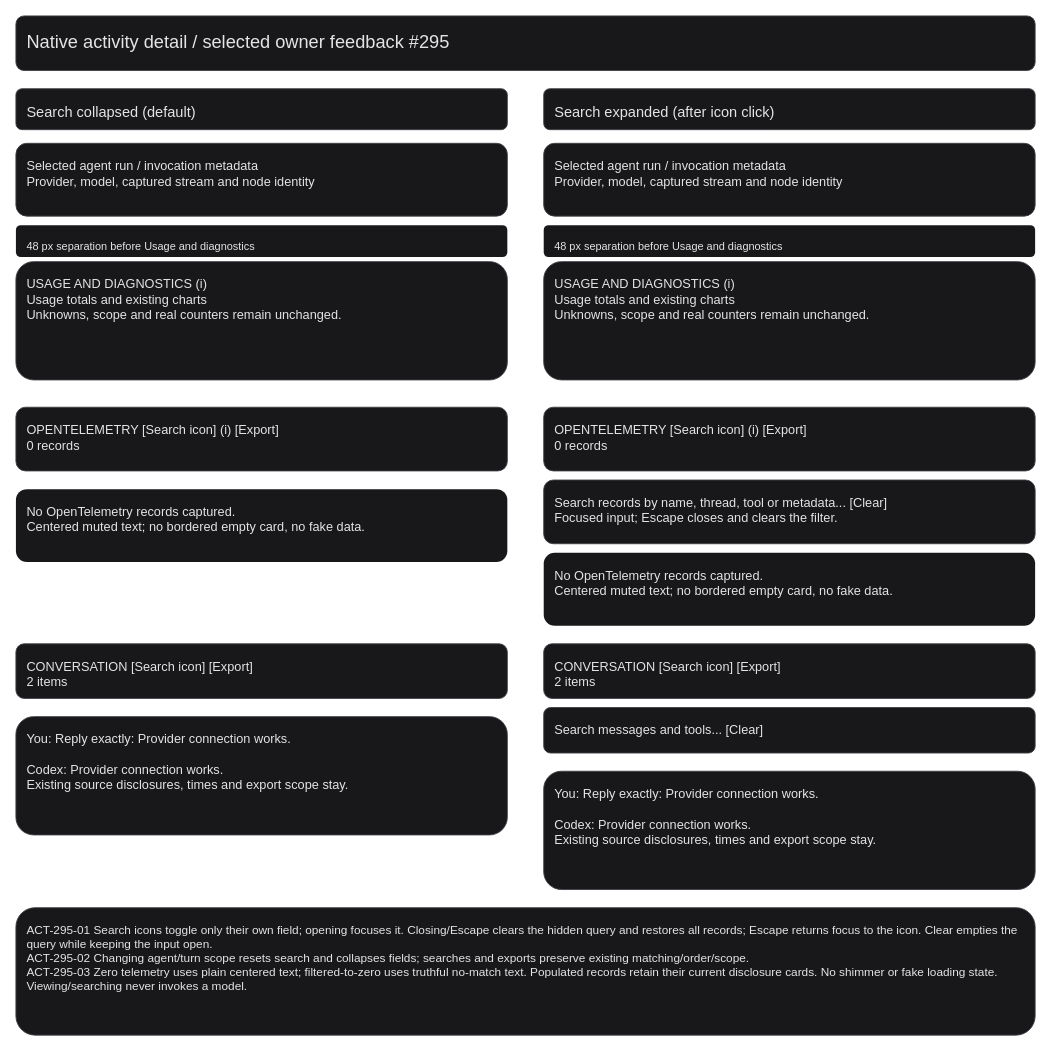
Before: page "Activity detail controls - feedback 295" (2 of 3) of projects/laomedo/subsystems/run-traces/design/agent-activity.drawio in amadou-6e/specs, a draw.io diagram. Source tidied: cells renumbered, new cells numbered last; positions are measured from the earlier drawing's top-left corner, leaving out a move shared by most shapes. Both pictures are drawn from the tidied source at 91%, with x=0, y=0 at pixel (15, 15).
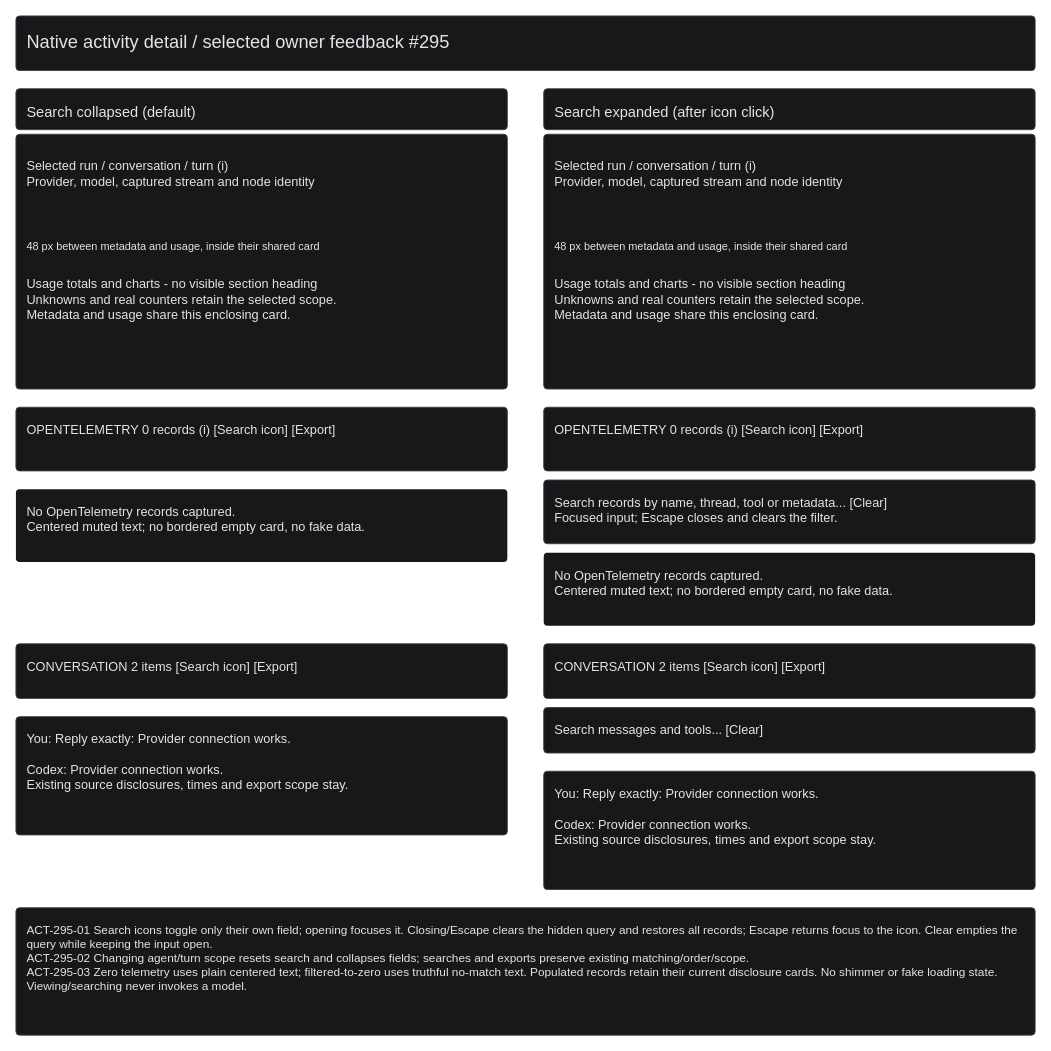
After the change.

Commit message (it also covers changes not shown here):
docs: align activity hierarchy design with accepted interface

What changed in the source:
```diff
@@
+    <mxCell id="22" style="rounded=1;whiteSpace=wrap;html=0;fillColor=#18181b;strokeColor=#3f3f46;absoluteArcSize=1;arcSize=8;" parent="1" vertex="1">
+      <mxGeometry x="580" y="130" width="540" height="280" as="geometry" />
+    </mxCell>
+    <mxCell id="23" style="rounded=1;whiteSpace=wrap;html=0;fillColor=#18181b;strokeColor=#3f3f46;absoluteArcSize=1;arcSize=8;" parent="1" vertex="1">
+      <mxGeometry y="130" width="540" height="280" as="geometry" />
+    </mxCell>
-    <mxCell id="2" value="Native activity detail / selected owner feedback #295" style="rounded=1;whiteSpace=wrap;html=0;align=left;verticalAlign=top;spacing=12;fillColor=#18181b;strokeColor=#3f3f46;fontColor=#e4e4e7;fontSize=20;fontFamily=Arial;" parent="1" vertex="1">
+    <mxCell id="2" value="Native activity detail / selected owner feedback #295" style="rounded=1;whiteSpace=wrap;html=0;align=left;verticalAlign=top;spacing=12;fillColor=#18181b;strokeColor=#3f3f46;fontColor=#e4e4e7;fontSize=20;fontFamily=Arial;absoluteArcSize=1;arcSize=8;" parent="1" vertex="1">
       <mxGeometry width="1120" height="60" as="geometry" />
     </mxCell>
-    <mxCell id="3" value="Search collapsed (default)" style="rounded=1;whiteSpace=wrap;html=0;align=left;verticalAlign=top;spacing=12;fillColor=#18181b;strokeColor=#3f3f46;fontColor=#e4e4e7;fontSize=16;fontFamily=Arial;" parent="1" vertex="1">
+    <mxCell id="3" value="Search collapsed (default)" style="rounded=1;whiteSpace=wrap;html=0;align=left;verticalAlign=top;spacing=12;fillColor=#18181b;strokeColor=#3f3f46;fontColor=#e4e4e7;fontSize=16;fontFamily=Arial;absoluteArcSize=1;arcSize=8;" parent="1" vertex="1">
       <mxGeometry y="80" width="540" height="45" as="geometry" />
     </mxCell>
-    <mxCell id="4" value="Selected agent run / invocation metadata&#10;Provider, model, captured stream and node identity" style="rounded=1;whiteSpace=wrap;html=0;align=left;verticalAlign=top;spacing=12;fillColor=#18181b;strokeColor=#3f3f46;fontColor=#e4e4e7;fontSize=14;fontFamily=Arial;" parent="1" vertex="1">
+    <mxCell id="4" value="Selected run / conversation / turn (i)&#10;Provider, model, captured stream and node identity" style="rounded=1;whiteSpace=wrap;html=0;align=left;verticalAlign=top;spacing=12;fillColor=none;strokeColor=none;fontColor=#e4e4e7;fontSize=14;fontFamily=Arial;absoluteArcSize=1;arcSize=8;" parent="1" vertex="1">
       <mxGeometry y="140" width="540" height="80" as="geometry" />
     </mxCell>
-    <mxCell id="5" value="48 px separation before Usage and diagnostics" style="rounded=1;whiteSpace=wrap;html=0;align=left;verticalAlign=top;spacing=12;fillColor=#18181b;strokeColor=none;fontColor=#e4e4e7;fontSize=12;fontFamily=Arial;" parent="1" vertex="1">
+    <mxCell id="5" value="48 px between metadata and usage, inside their shared card" style="rounded=1;whiteSpace=wrap;html=0;align=left;verticalAlign=top;spacing=12;fillColor=none;strokeColor=none;fontColor=#e4e4e7;fontSize=12;fontFamily=Arial;absoluteArcSize=1;arcSize=8;" parent="1" vertex="1">
       <mxGeometry y="230" width="540" height="35" as="geometry" />
     </mxCell>
-    <mxCell id="6" value="USAGE AND DIAGNOSTICS    (i)&#10;Usage totals and existing charts&#10;Unknowns, scope and real counters remain unchanged." style="rounded=1;whiteSpace=wrap;html=0;align=left;verticalAlign=top;spacing=12;fillColor=#18181b;strokeColor=#3f3f46;fontColor=#e4e4e7;fontSize=14;fontFamily=Arial;" parent="1" vertex="1">
+    <mxCell id="6" value="Usage totals and charts - no visible section heading&#10;Unknowns and real counters retain the selected scope.&#10;Metadata and usage share this enclosing card." style="rounded=1;whiteSpace=wrap;html=0;align=left;verticalAlign=top;spacing=12;fillColor=none;strokeColor=none;fontColor=#e4e4e7;fontSize=14;fontFamily=Arial;absoluteArcSize=1;arcSize=8;" parent="1" vertex="1">
       <mxGeometry y="270" width="540" height="130" as="geometry" />
     </mxCell>
-    <mxCell id="7" value="OPENTELEMETRY     [Search icon]  (i)  [Export]&#10;0 records" style="rounded=1;whiteSpace=wrap;html=0;align=left;verticalAlign=top;spacing=12;fillColor=#18181b;strokeColor=#3f3f46;fontColor=#e4e4e7;fontSize=14;fontFamily=Arial;" parent="1" vertex="1">
+    <mxCell id="7" value="OPENTELEMETRY    0 records    (i) [Search icon] [Export]" style="rounded=1;whiteSpace=wrap;html=0;align=left;verticalAlign=top;spacing=12;fillColor=#18181b;strokeColor=#3f3f46;fontColor=#e4e4e7;fontSize=14;fontFamily=Arial;absoluteArcSize=1;arcSize=8;" parent="1" vertex="1">
       <mxGeometry y="430" width="540" height="70" as="geometry" />
     </mxCell>
-    <mxCell id="8" value="No OpenTelemetry records captured.&#10;Centered muted text; no bordered empty card, no fake data." style="rounded=1;whiteSpace=wrap;html=0;align=left;verticalAlign=top;spacing=12;fillColor=#18181b;strokeColor=none;fontColor=#e4e4e7;fontSize=14;fontFamily=Arial;" parent="1" vertex="1">
+    <mxCell id="8" value="No OpenTelemetry records captured.&#10;Centered muted text; no bordered empty card, no fake data." style="rounded=1;whiteSpace=wrap;html=0;align=left;verticalAlign=top;spacing=12;fillColor=#18181b;strokeColor=none;fontColor=#e4e4e7;fontSize=14;fontFamily=Arial;absoluteArcSize=1;arcSize=8;" parent="1" vertex="1">
       <mxGeometry y="520" width="540" height="80" as="geometry" />
     </mxCell>
-    <mxCell id="9" value="CONVERSATION     [Search icon]  [Export]&#10;2 items" style="rounded=1;whiteSpace=wrap;html=0;align=left;verticalAlign=top;spacing=12;fillColor=#18181b;strokeColor=#3f3f46;fontColor=#e4e4e7;fontSize=14;fontFamily=Arial;" parent="1" vertex="1">
+    <mxCell id="9" value="CONVERSATION    2 items    [Search icon] [Export]" style="rounded=1;whiteSpace=wrap;html=0;align=left;verticalAlign=top;spacing=12;fillColor=#18181b;strokeColor=#3f3f46;fontColor=#e4e4e7;fontSize=14;fontFamily=Arial;absoluteArcSize=1;arcSize=8;" parent="1" vertex="1">
       <mxGeometry y="690" width="540" height="60" as="geometry" />
     </mxCell>
-    <mxCell id="10" value="You: Reply exactly: Provider connection works.&#10;&#10;Codex: Provider connection works.&#10;Existing source disclosures, times and export scope stay." style="rounded=1;whiteSpace=wrap;html=0;align=left;verticalAlign=top;spacing=12;fillColor=#18181b;strokeColor=#3f3f46;fontColor=#e4e4e7;fontSize=14;fontFamily=Arial;" parent="1" vertex="1">
+    <mxCell id="10" value="You: Reply exactly: Provider connection works.&#10;&#10;Codex: Provider connection works.&#10;Existing source disclosures, times and export scope stay." style="rounded=1;whiteSpace=wrap;html=0;align=left;verticalAlign=top;spacing=12;fillColor=#18181b;strokeColor=#3f3f46;fontColor=#e4e4e7;fontSize=14;fontFamily=Arial;absoluteArcSize=1;arcSize=8;" parent="1" vertex="1">
       <mxGeometry y="770" width="540" height="130" as="geometry" />
     </mxCell>
-    <mxCell id="11" value="Search expanded (after icon click)" style="rounded=1;whiteSpace=wrap;html=0;align=left;verticalAlign=top;spacing=12;fillColor=#18181b;strokeColor=#3f3f46;fontColor=#e4e4e7;fontSize=16;fontFamily=Arial;" parent="1" vertex="1">
+    <mxCell id="11" value="Search expanded (after icon click)" style="rounded=1;whiteSpace=wrap;html=0;align=left;verticalAlign=top;spacing=12;fillColor=#18181b;strokeColor=#3f3f46;fontColor=#e4e4e7;fontSize=16;fontFamily=Arial;absoluteArcSize=1;arcSize=8;" parent="1" vertex="1">
       <mxGeometry x="580" y="80" width="540" height="45" as="geometry" />
     </mxCell>
-    <mxCell id="12" value="Selected agent run / invocation metadata&#10;Provider, model, captured stream and node identity" style="rounded=1;whiteSpace=wrap;html=0;align=left;verticalAlign=top;spacing=12;fillColor=#18181b;strokeColor=#3f3f46;fontColor=#e4e4e7;fontSize=14;fontFamily=Arial;" parent="1" vertex="1">
+    <mxCell id="12" value="Selected run / conversation / turn (i)&#10;Provider, model, captured stream and node identity" style="rounded=1;whiteSpace=wrap;html=0;align=left;verticalAlign=top;spacing=12;fillColor=none;strokeColor=none;fontColor=#e4e4e7;fontSize=14;fontFamily=Arial;absoluteArcSize=1;arcSize=8;" parent="1" vertex="1">
       <mxGeometry x="580" y="140" width="540" height="80" as="geometry" />
     </mxCell>
-    <mxCell id="13" value="48 px separation before Usage and diagnostics" style="rounded=1;whiteSpace=wrap;html=0;align=left;verticalAlign=top;spacing=12;fillColor=#18181b;strokeColor=none;fontColor=#e4e4e7;fontSize=12;fontFamily=Arial;" parent="1" vertex="1">
+    <mxCell id="13" value="48 px between metadata and usage, inside their shared card" style="rounded=1;whiteSpace=wrap;html=0;align=left;verticalAlign=top;spacing=12;fillColor=none;strokeColor=none;fontColor=#e4e4e7;fontSize=12;fontFamily=Arial;absoluteArcSize=1;arcSize=8;" parent="1" vertex="1">
       <mxGeometry x="580" y="230" width="540" height="35" as="geometry" />
     </mxCell>
-    <mxCell id="14" value="USAGE AND DIAGNOSTICS    (i)&#10;Usage totals and existing charts&#10;Unknowns, scope and real counters remain unchanged." style="rounded=1;whiteSpace=wrap;html=0;align=left;verticalAlign=top;spacing=12;fillColor=#18181b;strokeColor=#3f3f46;fontColor=#e4e4e7;fontSize=14;fontFamily=Arial;" parent="1" vertex="1">
+    <mxCell id="14" value="Usage totals and charts - no visible section heading&#10;Unknowns and real counters retain the selected scope.&#10;Metadata and usage share this enclosing card." style="rounded=1;whiteSpace=wrap;html=0;align=left;verticalAlign=top;spacing=12;fillColor=none;strokeColor=none;fontColor=#e4e4e7;fontSize=14;fontFamily=Arial;absoluteArcSize=1;arcSize=8;" parent="1" vertex="1">
       <mxGeometry x="580" y="270" width="540" height="130" as="geometry" />
     </mxCell>
-    <mxCell id="15" value="OPENTELEMETRY     [Search icon]  (i)  [Export]&#10;0 records" style="rounded=1;whiteSpace=wrap;html=0;align=left;verticalAlign=top;spacing=12;fillColor=#18181b;strokeColor=#3f3f46;fontColor=#e4e4e7;fontSize=14;fontFamily=Arial;" parent="1" vertex="1">
+    <mxCell id="15" value="OPENTELEMETRY    0 records    (i) [Search icon] [Export]" style="rounded=1;whiteSpace=wrap;html=0;align=left;verticalAlign=top;spacing=12;fillColor=#18181b;strokeColor=#3f3f46;fontColor=#e4e4e7;fontSize=14;fontFamily=Arial;absoluteArcSize=1;arcSize=8;" parent="1" vertex="1">
       <mxGeometry x="580" y="430" width="540" height="70" as="geometry" />
     </mxCell>
-    <mxCell id="16" value="Search records by name, thread, tool or metadata... [Clear]&#10;Focused input; Escape closes and clears the filter." style="rounded=1;whiteSpace=wrap;html=0;align=left;verticalAlign=top;spacing=12;fillColor=#18181b;strokeColor=#3f3f46;fontColor=#e4e4e7;fontSize=14;fontFamily=Arial;" parent="1" vertex="1">
+    <mxCell id="16" value="Search records by name, thread, tool or metadata... [Clear]&#10;Focused input; Escape closes and clears the filter." style="rounded=1;whiteSpace=wrap;html=0;align=left;verticalAlign=top;spacing=12;fillColor=#18181b;strokeColor=#3f3f46;fontColor=#e4e4e7;fontSize=14;fontFamily=Arial;absoluteArcSize=1;arcSize=8;" parent="1" vertex="1">
       <mxGeometry x="580" y="510" width="540" height="70" as="geometry" />
     </mxCell>
-    <mxCell id="17" value="No OpenTelemetry records captured.&#10;Centered muted text; no bordered empty card, no fake data." style="rounded=1;whiteSpace=wrap;html=0;align=left;verticalAlign=top;spacing=12;fillColor=#18181b;strokeColor=none;fontColor=#e4e4e7;fontSize=14;fontFamily=Arial;" parent="1" vertex="1">
+    <mxCell id="17" value="No OpenTelemetry records captured.&#10;Centered muted text; no bordered empty card, no fake data." style="rounded=1;whiteSpace=wrap;html=0;align=left;verticalAlign=top;spacing=12;fillColor=#18181b;strokeColor=none;fontColor=#e4e4e7;fontSize=14;fontFamily=Arial;absoluteArcSize=1;arcSize=8;" parent="1" vertex="1">
       <mxGeometry x="580" y="590" width="540" height="80" as="geometry" />
     </mxCell>
-    <mxCell id="18" value="CONVERSATION     [Search icon]  [Export]&#10;2 items" style="rounded=1;whiteSpace=wrap;html=0;align=left;verticalAlign=top;spacing=12;fillColor=#18181b;strokeColor=#3f3f46;fontColor=#e4e4e7;fontSize=14;fontFamily=Arial;" parent="1" vertex="1">
+    <mxCell id="18" value="CONVERSATION    2 items    [Search icon] [Export]" style="rounded=1;whiteSpace=wrap;html=0;align=left;verticalAlign=top;spacing=12;fillColor=#18181b;strokeColor=#3f3f46;fontColor=#e4e4e7;fontSize=14;fontFamily=Arial;absoluteArcSize=1;arcSize=8;" parent="1" vertex="1">
       <mxGeometry x="580" y="690" width="540" height="60" as="geometry" />
     </mxCell>
-    <mxCell id="19" value="Search messages and tools... [Clear]" style="rounded=1;whiteSpace=wrap;html=0;align=left;verticalAlign=top;spacing=12;fillColor=#18181b;strokeColor=#3f3f46;fontColor=#e4e4e7;fontSize=14;fontFamily=Arial;" parent="1" vertex="1">
+    <mxCell id="19" value="Search messages and tools... [Clear]" style="rounded=1;whiteSpace=wrap;html=0;align=left;verticalAlign=top;spacing=12;fillColor=#18181b;strokeColor=#3f3f46;fontColor=#e4e4e7;fontSize=14;fontFamily=Arial;absoluteArcSize=1;arcSize=8;" parent="1" vertex="1">
       <mxGeometry x="580" y="760" width="540" height="50" as="geometry" />
     </mxCell>
-    <mxCell id="20" value="You: Reply exactly: Provider connection works.&#10;&#10;Codex: Provider connection works.&#10;Existing source disclosures, times and export scope stay." style="rounded=1;whiteSpace=wrap;html=0;align=left;verticalAlign=top;spacing=12;fillColor=#18181b;strokeColor=#3f3f46;fontColor=#e4e4e7;fontSize=14;fontFamily=Arial;" parent="1" vertex="1">
+    <mxCell id="20" value="You: Reply exactly: Provider connection works.&#10;&#10;Codex: Provider connection works.&#10;Existing source disclosures, times and export scope stay." style="rounded=1;whiteSpace=wrap;html=0;align=left;verticalAlign=top;spacing=12;fillColor=#18181b;strokeColor=#3f3f46;fontColor=#e4e4e7;fontSize=14;fontFamily=Arial;absoluteArcSize=1;arcSize=8;" parent="1" vertex="1">
       <mxGeometry x="580" y="830" width="540" height="130" as="geometry" />
     </mxCell>
-    <mxCell id="21" value="ACT-295-01 Search icons toggle only their own field; opening focuses it. Closing/Escape clears the hidden query and restores all records; Escape returns focus to the icon. Clear empties the query while keeping the input open.&#10;ACT-295-02 Changing agent/turn scope resets search and collapses fields; searches and exports preserve existing matching/order/scope.&#10;ACT-295-03 Zero telemetry uses plain centered text; filtered-to-zero uses truthful no-match text. Populated records retain their current disclosure cards. No shimmer or fake loading state. Viewing/searching never invokes a model." style="rounded=1;whiteSpace=wrap;html=0;align=left;verticalAlign=top;spacing=12;fillColor=#18181b;strokeColor=#3f3f46;fontColor=#e4e4e7;fontSize=13;fontFamily=Arial;" parent="1" vertex="1">
+    <mxCell id="21" value="ACT-295-01 Search icons toggle only their own field; opening focuses it. Closing/Escape clears the hidden query and restores all records; Escape returns focus to the icon. Clear empties the query while keeping the input open.&#10;ACT-295-02 Changing agent/turn scope resets search and collapses fields; searches and exports preserve existing matching/order/scope.&#10;ACT-295-03 Zero telemetry uses plain centered text; filtered-to-zero uses truthful no-match text. Populated records retain their current disclosure cards. No shimmer or fake loading state. Viewing/searching never invokes a model." style="rounded=1;whiteSpace=wrap;html=0;align=left;verticalAlign=top;spacing=12;fillColor=#18181b;strokeColor=#3f3f46;fontColor=#e4e4e7;fontSize=13;fontFamily=Arial;absoluteArcSize=1;arcSize=8;" parent="1" vertex="1">
       <mxGeometry y="980" width="1120" height="140" as="geometry" />
     </mxCell>
```
